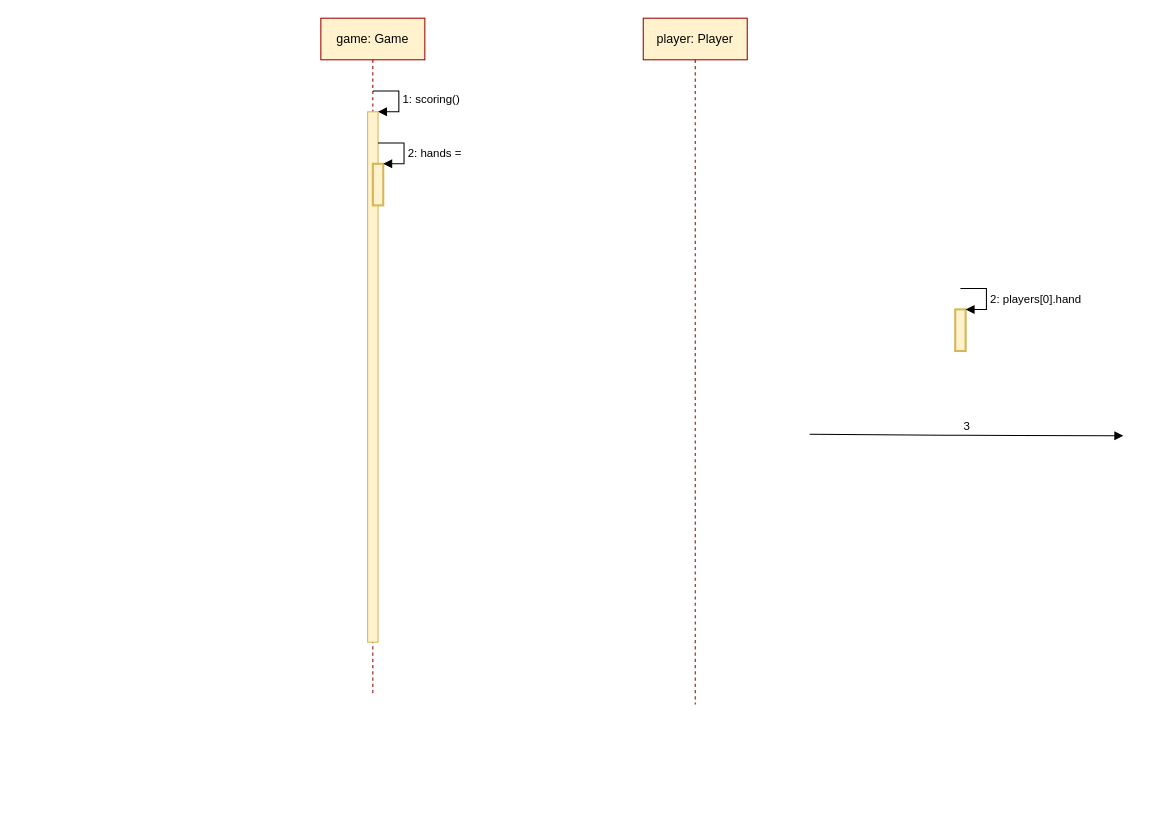
This is page "Dijagram slijeda scoring" (17 of 17) of Dijagram.drawio from TheRealJoci/Tressette-Terminal-Card-Game, a draw.io file, before an edit. Source tidied: cells renumbered, new cells numbered last; positions are measured from the earlier drawing's top-left corner, leaving out a move shared by most shapes. Both pictures are drawn from the tidied source at 104%, with x=0, y=0 at pixel (320, 18).
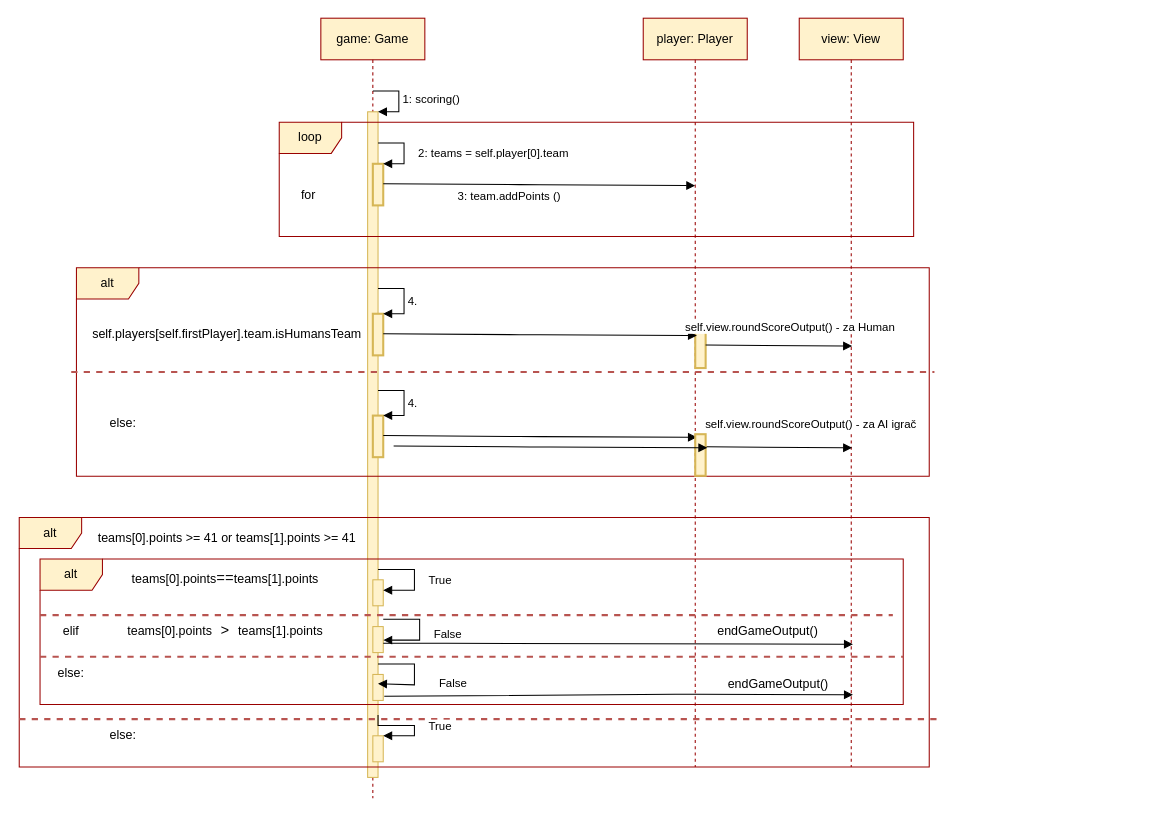
After the change.

The change refers to these unchanged cells:
```xml
<mxCell id="9" style="html=1;points=[];perimeter=orthogonalPerimeter;strokeColor=#d6b656;strokeWidth=2;fillColor=#fff2cc;" parent="1" vertex="1">
  <mxGeometry x="50" y="140" width="10" height="40" as="geometry" />
</mxCell>
```

Diff of the diagram source:
```diff
@@
     <mxCell id="2" value="player: Player" style="shape=umlLifeline;perimeter=lifelinePerimeter;whiteSpace=wrap;html=1;fillColor=#fff2cc;strokeColor=#990000;" parent="1" vertex="1">
-      <mxGeometry x="310" width="100" height="660" as="geometry" />
+      <mxGeometry x="310" width="100" height="720" as="geometry" />
     </mxCell>
+    <mxCell id="11" style="html=1;perimeter=orthogonalPerimeter;strokeColor=#d6b656;strokeWidth=2;fillColor=#fff2cc;" parent="2" vertex="1">
+      <mxGeometry x="50" y="296.4" width="10" height="40" as="geometry" />
+    </mxCell>
     <mxCell id="3" value="game: Game" style="shape=umlLifeline;perimeter=lifelinePerimeter;whiteSpace=wrap;html=1;fillColor=#fff2cc;strokeColor=#990000;" parent="1" vertex="1">
-      <mxGeometry width="100" height="650" as="geometry" />
+      <mxGeometry width="100" height="750" as="geometry" />
     </mxCell>
     <mxCell id="4" style="html=1;perimeter=orthogonalPerimeter;fillColor=#fff2cc;strokeColor=#d6b656;" parent="3" vertex="1">
-      <mxGeometry x="45" y="90" width="10" height="510" as="geometry" />
+      <mxGeometry x="45" y="90" width="10" height="640" as="geometry" />
     </mxCell>
@@
     <mxCell id="6" style="html=1;points=[];perimeter=orthogonalPerimeter;strokeColor=#d6b656;strokeWidth=2;fillColor=#fff2cc;" parent="1" vertex="1">
-      <mxGeometry x="610" y="280" width="10" height="40" as="geometry" />
+      <mxGeometry x="50" y="284.2" width="10" height="40" as="geometry" />
     </mxCell>
-    <mxCell id="7" value="2: players[0].hand" style="edgeStyle=orthogonalEdgeStyle;html=1;align=left;spacingLeft=2;endArrow=block;rounded=0;entryX=1;entryY=0;" parent="1" edge="1" target="6">
+    <mxCell id="7" value="4.&amp;nbsp;" style="edgeStyle=orthogonalEdgeStyle;html=1;align=left;spacingLeft=2;endArrow=block;rounded=0;entryX=1;entryY=0;" parent="1" edge="1" target="6">
       <mxGeometry x="0.08" relative="1" as="geometry">
-        <mxPoint x="615" y="260" as="sourcePoint" />
+        <mxPoint x="55" y="260" as="sourcePoint" />
         <Array as="points">
-          <mxPoint x="640" y="260" />
+          <mxPoint x="80" y="260" />
         </Array>
       </mxGeometry>
     </mxCell>
-    <mxCell id="8" value="3" style="html=1;verticalAlign=bottom;endArrow=block;entryX=0.08;entryY=0.133;strokeColor=#000000;exitX=0.92;exitY=0.3;exitDx=0;exitDy=0;exitPerimeter=0;entryDx=0;entryDy=0;entryPerimeter=0;" parent="1" edge="1">
-      <mxGeometry relative="1" as="geometry">
-        <mxPoint x="470" y="400" as="sourcePoint" />
-        <mxPoint x="771.6" y="401.6" as="targetPoint" />
+    <mxCell id="8" style="html=1;verticalAlign=bottom;endArrow=block;entryX=0.08;entryY=0.133;strokeColor=#000000;entryDx=0;entryDy=0;entryPerimeter=0;exitX=1.1;exitY=0.84;exitDx=0;exitDy=0;exitPerimeter=0;" parent="1" edge="1" source="47">
+      <mxGeometry x="0.03" y="31" relative="1" as="geometry">
+        <mxPoint x="511.6" y="650.6" as="targetPoint" />
         <Array as="points">
-          <mxPoint x="610.8" y="401" />
+          <mxPoint x="350.8" y="650" />
         </Array>
       </mxGeometry>
     </mxCell>
@@
-    <mxCell id="10" value="2: hands =&amp;nbsp;" style="edgeStyle=orthogonalEdgeStyle;html=1;align=left;spacingLeft=2;endArrow=block;rounded=0;entryX=1;entryY=0;" parent="1" edge="1" target="9">
-      <mxGeometry x="0.08" relative="1" as="geometry">
+    <mxCell id="10" value="2: teams = self.player[0].team&amp;nbsp;" style="edgeStyle=orthogonalEdgeStyle;html=1;align=left;spacingLeft=2;endArrow=block;rounded=0;entryX=1;entryY=0;" parent="1" edge="1" target="9">
+      <mxGeometry x="0.08" y="10" relative="1" as="geometry">
         <mxPoint x="55" y="120" as="sourcePoint" />
         <Array as="points">
           <mxPoint x="80" y="120" />
+          <mxPoint x="80" y="140" />
         </Array>
       </mxGeometry>
     </mxCell>
+    <mxCell id="12" value="loop" style="shape=umlFrame;whiteSpace=wrap;html=1;fillColor=#fff2cc;strokeColor=#990000;" parent="1" vertex="1">
+      <mxGeometry x="-40" y="100" width="610" height="110" as="geometry" />
+    </mxCell>
+    <mxCell id="13" value="for&amp;nbsp;" style="text;html=1;strokeColor=none;fillColor=none;align=center;verticalAlign=middle;whiteSpace=wrap;rounded=0;" parent="1" vertex="1">
+      <mxGeometry x="-30" y="160" width="40" height="20" as="geometry" />
+    </mxCell>
+    <mxCell id="14" value="&lt;br&gt;" style="html=1;verticalAlign=bottom;endArrow=block;strokeColor=#000000;exitX=0.92;exitY=0.3;exitDx=0;exitDy=0;exitPerimeter=0;" parent="1" edge="1">
+      <mxGeometry x="-0.09" y="10" relative="1" as="geometry">
+        <mxPoint x="60" y="159.1" as="sourcePoint" />
+        <mxPoint x="360" y="161" as="targetPoint" />
+        <Array as="points">
+          <mxPoint x="200.8" y="160.1" />
+        </Array>
+      </mxGeometry>
+    </mxCell>
+    <mxCell id="15" value="3: team.addPoints ()" style="edgeLabel;html=1;align=center;verticalAlign=middle;" parent="14" vertex="1">
+      <mxGeometry x="-0.25" y="3" relative="1" as="geometry">
+        <mxPoint x="7" y="13.1" as="offset" />
+      </mxGeometry>
+    </mxCell>
+    <mxCell id="16" value="view: View" style="shape=umlLifeline;perimeter=lifelinePerimeter;whiteSpace=wrap;html=1;fillColor=#fff2cc;strokeColor=#990000;" parent="1" vertex="1">
+      <mxGeometry x="460" width="100" height="720" as="geometry" />
+    </mxCell>
+    <mxCell id="17" value="alt" style="shape=umlFrame;whiteSpace=wrap;html=1;fillColor=#fff2cc;strokeColor=#990000;" parent="1" vertex="1">
+      <mxGeometry x="-235" y="240" width="820" height="200.5" as="geometry" />
+    </mxCell>
+    <mxCell id="18" style="line;strokeWidth=2;fillColor=#f8cecc;align=left;verticalAlign=middle;spacingTop=-1;spacingLeft=3;spacingRight=3;labelPosition=right;dashed=1;perimeterSpacing=0;strokeColor=#b85450;" parent="1" vertex="1">
+      <mxGeometry x="-240" y="336.2" width="830" height="8" as="geometry" />
+    </mxCell>
+    <mxCell id="19" value="self.players[self.firstPlayer].team.isHumansTeam" style="text;html=1;strokeColor=none;fillColor=none;align=center;verticalAlign=middle;whiteSpace=wrap;rounded=0;" parent="1" vertex="1">
+      <mxGeometry x="-110" y="294.2" width="40" height="20" as="geometry" />
+    </mxCell>
+    <mxCell id="20" style="html=1;verticalAlign=bottom;endArrow=block;entryX=0.08;entryY=0.133;strokeColor=#000000;exitX=0.92;exitY=0.3;exitDx=0;exitDy=0;exitPerimeter=0;entryDx=0;entryDy=0;entryPerimeter=0;" parent="1" edge="1">
+      <mxGeometry x="-0.01" y="24" relative="1" as="geometry">
+        <mxPoint x="60" y="303.4" as="sourcePoint" />
+        <mxPoint x="361.6" y="305.1" as="targetPoint" />
+        <Array as="points">
+          <mxPoint x="200.8" y="304.4" />
+        </Array>
+      </mxGeometry>
+    </mxCell>
+    <mxCell id="21" style="html=1;verticalAlign=bottom;endArrow=block;strokeColor=#000000;exitX=0.92;exitY=0.3;exitDx=0;exitDy=0;exitPerimeter=0;" parent="1" edge="1">
+      <mxGeometry x="-0.01" y="24" relative="1" as="geometry">
+        <mxPoint x="370" y="314.3" as="sourcePoint" />
+        <mxPoint x="511" y="316" as="targetPoint" />
+        <Array as="points">
+          <mxPoint x="510.8" y="315.2" />
+        </Array>
+      </mxGeometry>
+    </mxCell>
+    <mxCell id="22" value="self.view.roundScoreOutput() - za Human" style="edgeLabel;html=1;align=center;verticalAlign=middle;" parent="21" vertex="1">
+      <mxGeometry x="-0.17" y="3" relative="1" as="geometry">
+        <mxPoint x="21" y="-15.3" as="offset" />
+      </mxGeometry>
+    </mxCell>
+    <mxCell id="23" value="else:" style="text;html=1;strokeColor=none;fillColor=none;align=center;verticalAlign=middle;whiteSpace=wrap;rounded=0;" parent="1" vertex="1">
+      <mxGeometry x="-210" y="380" width="40" height="20" as="geometry" />
+    </mxCell>
+    <mxCell id="24" style="html=1;points=[];perimeter=orthogonalPerimeter;strokeColor=#d6b656;strokeWidth=2;fillColor=#fff2cc;" parent="1" vertex="1">
+      <mxGeometry x="50" y="382.1" width="10" height="40" as="geometry" />
+    </mxCell>
+    <mxCell id="25" value="4.&amp;nbsp;" style="edgeStyle=orthogonalEdgeStyle;html=1;align=left;spacingLeft=2;endArrow=block;rounded=0;entryX=1;entryY=0;" parent="1" edge="1" target="24">
+      <mxGeometry x="0.08" relative="1" as="geometry">
+        <mxPoint x="55" y="357.9" as="sourcePoint" />
+        <Array as="points">
+          <mxPoint x="80" y="357.9" />
+        </Array>
+      </mxGeometry>
+    </mxCell>
+    <mxCell id="26" style="html=1;verticalAlign=bottom;endArrow=block;entryX=0.08;entryY=0.133;strokeColor=#000000;exitX=0.92;exitY=0.3;exitDx=0;exitDy=0;exitPerimeter=0;entryDx=0;entryDy=0;entryPerimeter=0;" parent="1" edge="1">
+      <mxGeometry x="-0.01" y="24" relative="1" as="geometry">
+        <mxPoint x="60" y="401.3" as="sourcePoint" />
+        <mxPoint x="361.6" y="403" as="targetPoint" />
+        <Array as="points">
+          <mxPoint x="200.8" y="402.3" />
+        </Array>
+      </mxGeometry>
+    </mxCell>
+    <mxCell id="27" style="html=1;verticalAlign=bottom;endArrow=block;strokeColor=#000000;exitX=0.92;exitY=0.3;exitDx=0;exitDy=0;exitPerimeter=0;" parent="1" edge="1">
+      <mxGeometry x="-0.01" y="24" relative="1" as="geometry">
+        <mxPoint x="370" y="412.1" as="sourcePoint" />
+        <mxPoint x="511" y="413.9" as="targetPoint" />
+        <Array as="points">
+          <mxPoint x="510.8" y="413.1" />
+        </Array>
+      </mxGeometry>
+    </mxCell>
+    <mxCell id="28" value="self.view.roundScoreOutput() - za AI igrač" style="edgeLabel;html=1;align=center;verticalAlign=middle;" parent="27" vertex="1">
+      <mxGeometry x="-0.17" y="3" relative="1" as="geometry">
+        <mxPoint x="41" y="-19.5" as="offset" />
+      </mxGeometry>
+    </mxCell>
+    <mxCell id="29" style="html=1;perimeter=orthogonalPerimeter;strokeColor=#d6b656;strokeWidth=2;fillColor=#fff2cc;" parent="1" vertex="1">
+      <mxGeometry x="360" y="400" width="10" height="40" as="geometry" />
+    </mxCell>
+    <mxCell id="30" value="alt" style="shape=umlFrame;whiteSpace=wrap;html=1;fillColor=#fff2cc;strokeColor=#990000;" parent="1" vertex="1">
+      <mxGeometry x="-290" y="480" width="875" height="240" as="geometry" />
+    </mxCell>
+    <mxCell id="31" style="line;strokeWidth=2;fillColor=#f8cecc;align=left;verticalAlign=middle;spacingTop=-1;spacingLeft=3;spacingRight=3;labelPosition=right;dashed=1;perimeterSpacing=0;strokeColor=#b85450;" parent="1" vertex="1">
+      <mxGeometry x="-290" y="670" width="885" height="8" as="geometry" />
+    </mxCell>
+    <mxCell id="32" value="teams[0].points &amp;gt;= 41 or teams[1].points &amp;gt;= 41" style="text;html=1;strokeColor=none;fillColor=none;align=center;verticalAlign=middle;whiteSpace=wrap;rounded=0;" parent="1" vertex="1">
+      <mxGeometry x="-220" y="490" width="260" height="20" as="geometry" />
+    </mxCell>
+    <mxCell id="33" style="html=1;points=[];perimeter=orthogonalPerimeter;strokeColor=#d6b656;fillColor=#fff2cc;" parent="1" vertex="1">
+      <mxGeometry x="50" y="690" width="10" height="25" as="geometry" />
+    </mxCell>
+    <mxCell id="34" value="True" style="edgeStyle=orthogonalEdgeStyle;html=1;align=left;spacingLeft=2;endArrow=block;rounded=0;entryX=1;entryY=0;" parent="1" edge="1" target="33">
+      <mxGeometry x="0.08" y="10" relative="1" as="geometry">
+        <mxPoint x="55" y="670" as="sourcePoint" />
+        <Array as="points">
+          <mxPoint x="55" y="680" />
+          <mxPoint x="90" y="680" />
+          <mxPoint x="90" y="690" />
+        </Array>
+      </mxGeometry>
+    </mxCell>
+    <mxCell id="35" value="else:" style="text;html=1;strokeColor=none;fillColor=none;align=center;verticalAlign=middle;whiteSpace=wrap;rounded=0;" parent="1" vertex="1">
+      <mxGeometry x="-210" y="680" width="40" height="20" as="geometry" />
+    </mxCell>
+    <mxCell id="36" value="alt" style="shape=umlFrame;whiteSpace=wrap;html=1;fillColor=#fff2cc;strokeColor=#990000;" parent="1" vertex="1">
+      <mxGeometry x="-270" y="520" width="830" height="140" as="geometry" />
+    </mxCell>
+    <mxCell id="37" style="line;strokeWidth=2;fillColor=#f8cecc;align=left;verticalAlign=middle;spacingTop=-1;spacingLeft=3;spacingRight=3;labelPosition=right;dashed=1;perimeterSpacing=0;strokeColor=#b85450;" parent="1" vertex="1">
+      <mxGeometry x="-270" y="570" width="820" height="8" as="geometry" />
+    </mxCell>
+    <mxCell id="38" style="html=1;points=[];perimeter=orthogonalPerimeter;strokeColor=#d6b656;fillColor=#fff2cc;" parent="1" vertex="1">
+      <mxGeometry x="50" y="540" width="10" height="25" as="geometry" />
+    </mxCell>
+    <mxCell id="39" value="True" style="edgeStyle=orthogonalEdgeStyle;html=1;align=left;spacingLeft=2;endArrow=block;rounded=0;" parent="1" edge="1" target="38">
+      <mxGeometry x="0.08" y="10" relative="1" as="geometry">
+        <mxPoint x="55" y="530" as="sourcePoint" />
+        <Array as="points">
+          <mxPoint x="90" y="530" />
+          <mxPoint x="90" y="550" />
+        </Array>
+      </mxGeometry>
+    </mxCell>
+    <mxCell id="40" value="&lt;span style=&quot;background-color: rgb(255 , 255 , 255)&quot;&gt;teams[0].points&lt;/span&gt;&lt;span style=&quot;font-family: &amp;#34;consolas&amp;#34; , &amp;#34;courier new&amp;#34; , monospace ; font-size: 14px&quot;&gt;==&lt;/span&gt;&lt;span style=&quot;background-color: rgb(255 , 255 , 255)&quot;&gt;teams[1].points&amp;nbsp;&lt;/span&gt;" style="text;html=1;strokeColor=none;fillColor=none;align=center;verticalAlign=middle;whiteSpace=wrap;rounded=0;" parent="1" vertex="1">
+      <mxGeometry x="-220" y="530" width="260" height="20" as="geometry" />
+    </mxCell>
+    <mxCell id="41" style="line;strokeWidth=2;fillColor=#f8cecc;align=left;verticalAlign=middle;spacingTop=-1;spacingLeft=3;spacingRight=3;labelPosition=right;dashed=1;perimeterSpacing=0;strokeColor=#b85450;" parent="1" vertex="1">
+      <mxGeometry x="-270" y="610" width="830" height="8" as="geometry" />
+    </mxCell>
+    <mxCell id="42" value="elif" style="text;html=1;strokeColor=none;fillColor=none;align=center;verticalAlign=middle;whiteSpace=wrap;rounded=0;" parent="1" vertex="1">
+      <mxGeometry x="-260" y="580" width="40" height="20" as="geometry" />
+    </mxCell>
+    <mxCell id="43" value="else:" style="text;html=1;strokeColor=none;fillColor=none;align=center;verticalAlign=middle;whiteSpace=wrap;rounded=0;" parent="1" vertex="1">
+      <mxGeometry x="-260" y="620" width="40" height="20" as="geometry" />
+    </mxCell>
+    <mxCell id="44" value="&lt;span style=&quot;background-color: rgb(255 , 255 , 255)&quot;&gt;teams[0].points&lt;font face=&quot;consolas, courier new, monospace&quot;&gt;&lt;span style=&quot;font-size: 14px&quot;&gt;&amp;nbsp;&amp;gt;&amp;nbsp;&lt;/span&gt;&lt;/font&gt;teams[1].points&amp;nbsp;&lt;/span&gt;" style="text;html=1;strokeColor=none;fillColor=none;align=center;verticalAlign=middle;whiteSpace=wrap;rounded=0;" parent="1" vertex="1">
+      <mxGeometry x="-220" y="580" width="260" height="20" as="geometry" />
+    </mxCell>
+    <mxCell id="45" style="html=1;points=[];perimeter=orthogonalPerimeter;strokeColor=#d6b656;fillColor=#fff2cc;direction=west;" parent="1" vertex="1">
+      <mxGeometry x="50" y="585" width="10" height="25" as="geometry" />
+    </mxCell>
+    <mxCell id="46" value="False" style="edgeStyle=orthogonalEdgeStyle;html=1;align=left;spacingLeft=2;endArrow=block;rounded=0;" parent="1" edge="1">
+      <mxGeometry x="0.08" y="10" relative="1" as="geometry">
+        <mxPoint x="60" y="578" as="sourcePoint" />
+        <mxPoint x="60" y="598" as="targetPoint" />
+        <Array as="points">
+          <mxPoint x="95" y="578" />
+          <mxPoint x="95" y="598" />
+        </Array>
+      </mxGeometry>
+    </mxCell>
+    <mxCell id="47" style="html=1;points=[];perimeter=orthogonalPerimeter;strokeColor=#d6b656;fillColor=#fff2cc;" parent="1" vertex="1">
+      <mxGeometry x="50" y="631" width="10" height="25" as="geometry" />
+    </mxCell>
+    <mxCell id="48" value="False" style="edgeStyle=orthogonalEdgeStyle;html=1;align=left;spacingLeft=2;endArrow=block;rounded=0;" parent="1" edge="1">
+      <mxGeometry x="0.2" y="20" relative="1" as="geometry">
+        <mxPoint x="55" y="621" as="sourcePoint" />
+        <mxPoint x="55" y="640" as="targetPoint" />
+        <Array as="points">
+          <mxPoint x="90" y="621" />
+          <mxPoint x="90" y="641" />
+        </Array>
+      </mxGeometry>
+    </mxCell>
+    <mxCell id="49" style="html=1;verticalAlign=bottom;endArrow=block;entryX=0.08;entryY=0.133;strokeColor=#000000;exitX=0.92;exitY=0.3;exitDx=0;exitDy=0;exitPerimeter=0;entryDx=0;entryDy=0;entryPerimeter=0;" parent="1" edge="1">
+      <mxGeometry x="-0.01" y="24" relative="1" as="geometry">
+        <mxPoint x="70" y="411.3" as="sourcePoint" />
+        <mxPoint x="371.6" y="413" as="targetPoint" />
+        <Array as="points">
+          <mxPoint x="210.8" y="412.3" />
+        </Array>
+      </mxGeometry>
+    </mxCell>
+    <mxCell id="50" style="html=1;verticalAlign=bottom;endArrow=block;strokeColor=#000000;" parent="1" edge="1" source="45">
+      <mxGeometry x="0.03" y="31" relative="1" as="geometry">
+        <mxPoint x="511.6" y="602" as="targetPoint" />
+        <Array as="points">
+          <mxPoint x="110.8" y="601" />
+        </Array>
+      </mxGeometry>
+    </mxCell>
+    <mxCell id="51" value="endGameOutput()" style="text;html=1;strokeColor=none;fillColor=none;align=center;verticalAlign=middle;whiteSpace=wrap;rounded=0;" parent="1" vertex="1">
+      <mxGeometry x="420" y="631" width="40" height="20" as="geometry" />
+    </mxCell>
+    <mxCell id="52" value="endGameOutput()" style="text;html=1;strokeColor=none;fillColor=none;align=center;verticalAlign=middle;whiteSpace=wrap;rounded=0;" parent="1" vertex="1">
+      <mxGeometry x="410" y="580" width="40" height="20" as="geometry" />
+    </mxCell>
```
